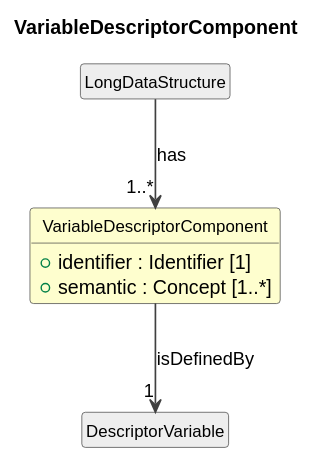
Earlier version of the PlantUML export cdif-uml-model/CDIFDataStructure/Classes/VariableDescriptorComponent.svg (Cross-Domain-Interoperability-Framework/metadataBuildingBlocks).
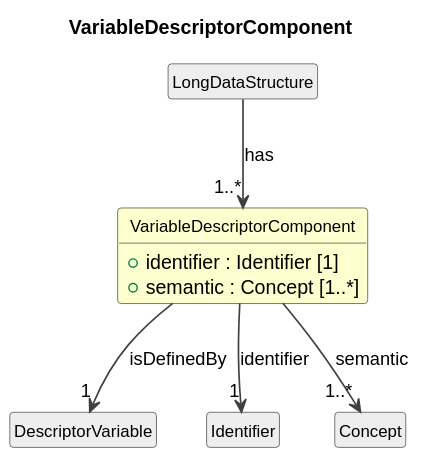
After the change.

Change to the diagram source:
```diff
@@ -18,4 +18,8 @@
 LongDataStructure --> "1..*" VariableDescriptorComponent : has
 class "DescriptorVariable" as DescriptorVariable #EEEEEE
 VariableDescriptorComponent --> "1" DescriptorVariable : isDefinedBy
+class "Identifier" as Identifier #EEEEEE
+VariableDescriptorComponent --> "1" Identifier : identifier
+class "Concept" as Concept #EEEEEE
+VariableDescriptorComponent --> "1..*" Concept : semantic
 @enduml
```
